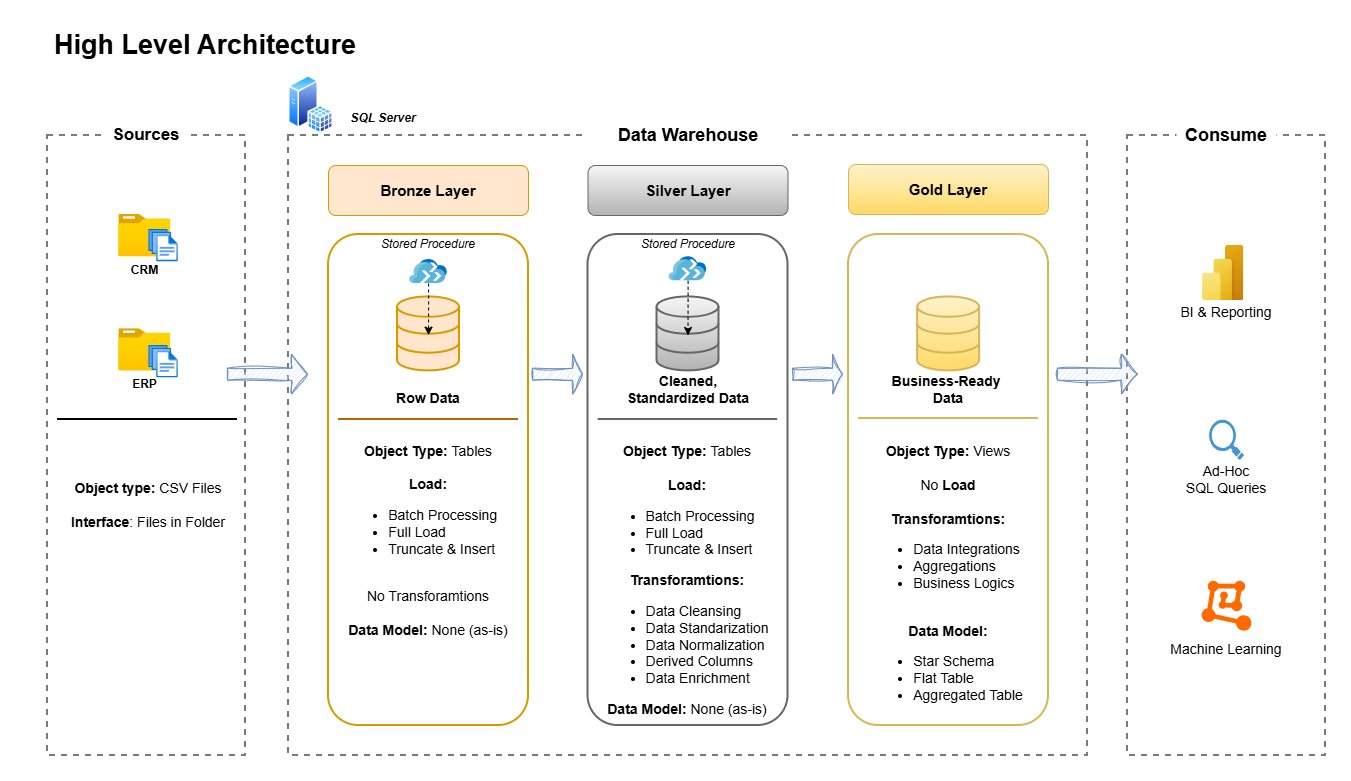
Above: docs/images/data_architecture.png in kms-gitgut/sql-data-warehouse-project (draw.io), before the change. Source tidied: cells renumbered, new cells last; positions are measured from the earlier drawing's top-left corner, leaving out a move shared by most shapes.
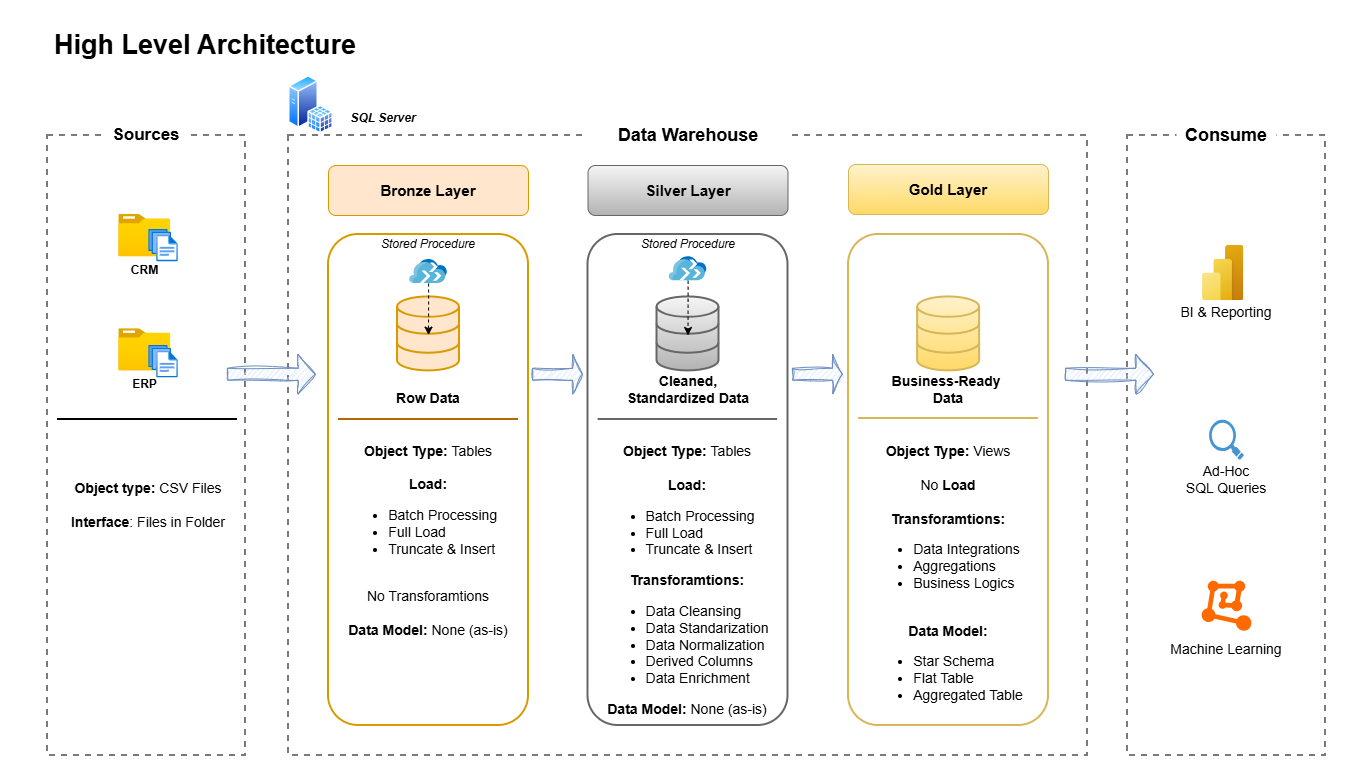
Later version of the same file.

The edit, as a diff of the source:
```diff
@@ -63,7 +63,7 @@
       <mxGeometry x="892.1" y="271.4" width="62" height="74" as="geometry" />
     </mxCell>
     <mxCell id="22" style="shape=singleArrow;whiteSpace=wrap;html=1;fillColor=#dae8fc;strokeColor=#6c8ebf;sketch=1;curveFitting=1;jiggle=2;" parent="1" vertex="1">
-      <mxGeometry x="202" y="328.7" width="80" height="40" as="geometry" />
+      <mxGeometry x="202" y="328.7" width="88" height="40" as="geometry" />
     </mxCell>
     <mxCell id="23" style="shape=singleArrow;whiteSpace=wrap;html=1;fillColor=#dae8fc;strokeColor=#6c8ebf;sketch=1;curveFitting=1;jiggle=2;" parent="1" vertex="1">
       <mxGeometry x="507" y="328.7" width="50" height="40" as="geometry" />
@@ -143,11 +143,11 @@
     <mxCell id="48" style="edgeStyle=orthogonalEdgeStyle;rounded=0;jettySize=auto;html=1;entryX=0.5;entryY=0.516;entryDx=0;entryDy=0;entryPerimeter=0;dashed=1;" parent="1" edge="1" source="47" target="19">
       <mxGeometry relative="1" as="geometry" />
     </mxCell>
-    <mxCell id="49" style="shape=singleArrow;whiteSpace=wrap;html=1;fillColor=#dae8fc;strokeColor=#6c8ebf;sketch=1;curveFitting=1;jiggle=2;" parent="1" vertex="1">
-      <mxGeometry x="1032" y="328.7" width="80" height="40" as="geometry" />
-    </mxCell>
     <mxCell id="50" style="shape=singleArrow;whiteSpace=wrap;html=1;fillColor=#dae8fc;strokeColor=#6c8ebf;sketch=1;curveFitting=1;jiggle=2;" parent="1" vertex="1">
       <mxGeometry x="767" y="328.7" width="50" height="40" as="geometry" />
     </mxCell>
+    <mxCell id="51" style="shape=singleArrow;whiteSpace=wrap;html=1;fillColor=#dae8fc;strokeColor=#6c8ebf;sketch=1;curveFitting=1;jiggle=2;" parent="1" vertex="1">
+      <mxGeometry x="1040" y="328.7" width="88" height="40" as="geometry" />
+    </mxCell>
   </root>
 </mxGraphModel>
```
